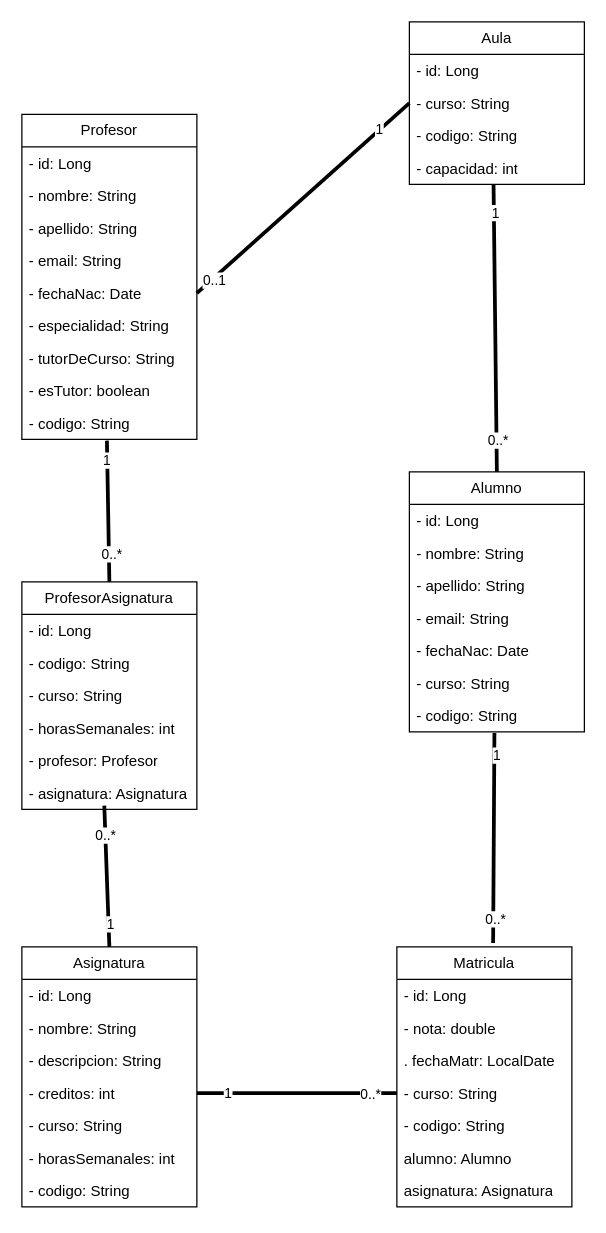
guille463/AulaNet keeps this draw.io diagram as UML.drawio. Above is the earlier version. Source tidied: cells renumbered, new cells numbered last; positions are measured from the earlier drawing's top-left corner, leaving out a move shared by most shapes. Both pictures are drawn from the tidied source at 125%, with x=0, y=0 at pixel (21, 21).
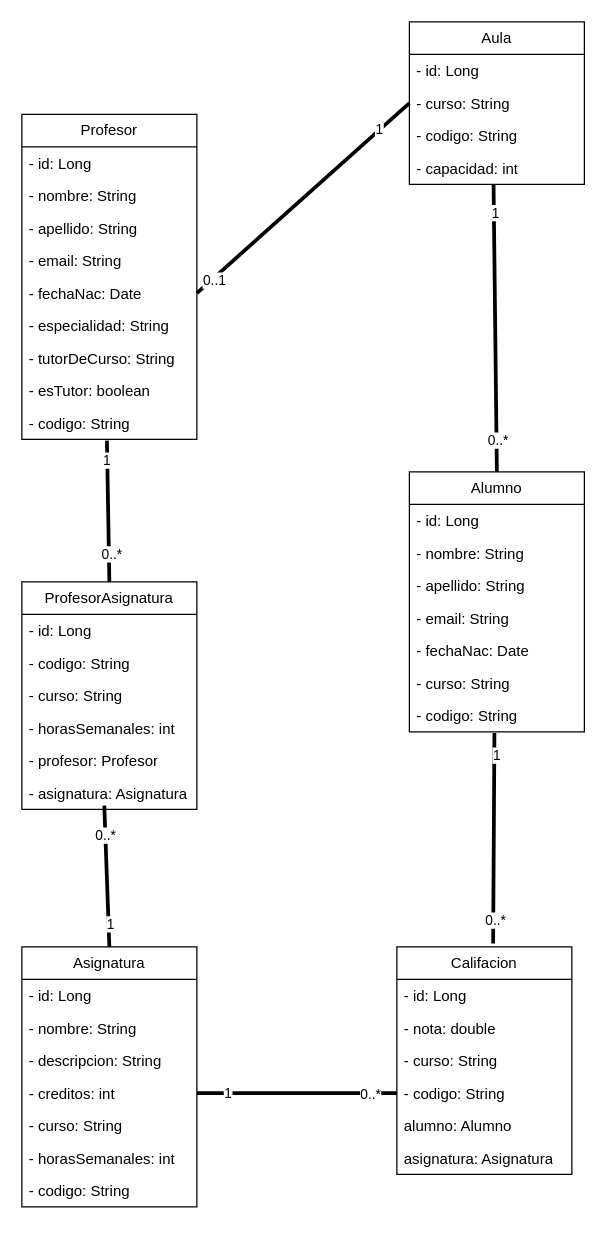
Above is the later version.

Commit message:
refact: cambio matricula por calificaioion

What changed in the source:
```diff
@@
-    <mxCell id="28" value="Matricula" style="swimlane;fontStyle=0;horizontal=1;startSize=26;fillColor=none;whiteSpace=wrap;html=1;" parent="1" vertex="1">
-      <mxGeometry x="300" y="740" width="140" height="208" as="geometry" />
+    <mxCell id="28" value="Califacion" style="swimlane;fontStyle=0;horizontal=1;startSize=26;fillColor=none;whiteSpace=wrap;html=1;" parent="1" vertex="1">
+      <mxGeometry x="300" y="740" width="140" height="182" as="geometry" />
     </mxCell>
@@
-    <mxCell id="31" value=". fechaMatr: LocalDate" style="text;strokeColor=none;fillColor=none;align=left;verticalAlign=top;spacingLeft=4;spacingRight=4;overflow=hidden;whiteSpace=wrap;html=1;" parent="28" vertex="1">
-      <mxGeometry y="78" width="140" height="26" as="geometry" />
-    </mxCell>
     <mxCell id="32" value="- curso: String" style="text;strokeColor=none;fillColor=none;align=left;verticalAlign=top;spacingLeft=4;spacingRight=4;overflow=hidden;whiteSpace=wrap;html=1;" parent="28" vertex="1">
-      <mxGeometry y="104" width="140" height="26" as="geometry" />
+      <mxGeometry y="78" width="140" height="26" as="geometry" />
     </mxCell>
     <mxCell id="33" value="&lt;span style=&quot;color: rgb(0, 0, 0);&quot;&gt;- codigo: String&lt;/span&gt;" style="text;strokeColor=none;fillColor=none;align=left;verticalAlign=top;spacingLeft=4;spacingRight=4;overflow=hidden;whiteSpace=wrap;html=1;" parent="28" vertex="1">
-      <mxGeometry y="130" width="140" height="26" as="geometry" />
+      <mxGeometry y="104" width="140" height="26" as="geometry" />
     </mxCell>
     <mxCell id="34" value="&lt;span style=&quot;color: rgb(0, 0, 0);&quot;&gt;alumno: Alumno&lt;/span&gt;" style="text;strokeColor=none;fillColor=none;align=left;verticalAlign=top;spacingLeft=4;spacingRight=4;overflow=hidden;whiteSpace=wrap;html=1;" parent="28" vertex="1">
-      <mxGeometry y="156" width="140" height="26" as="geometry" />
+      <mxGeometry y="130" width="140" height="26" as="geometry" />
     </mxCell>
     <mxCell id="35" value="&lt;span style=&quot;color: rgb(0, 0, 0);&quot;&gt;asignatura: Asignatura&lt;/span&gt;" style="text;strokeColor=none;fillColor=none;align=left;verticalAlign=top;spacingLeft=4;spacingRight=4;overflow=hidden;whiteSpace=wrap;html=1;" parent="28" vertex="1">
-      <mxGeometry y="182" width="140" height="26" as="geometry" />
+      <mxGeometry y="156" width="140" height="26" as="geometry" />
     </mxCell>
```
